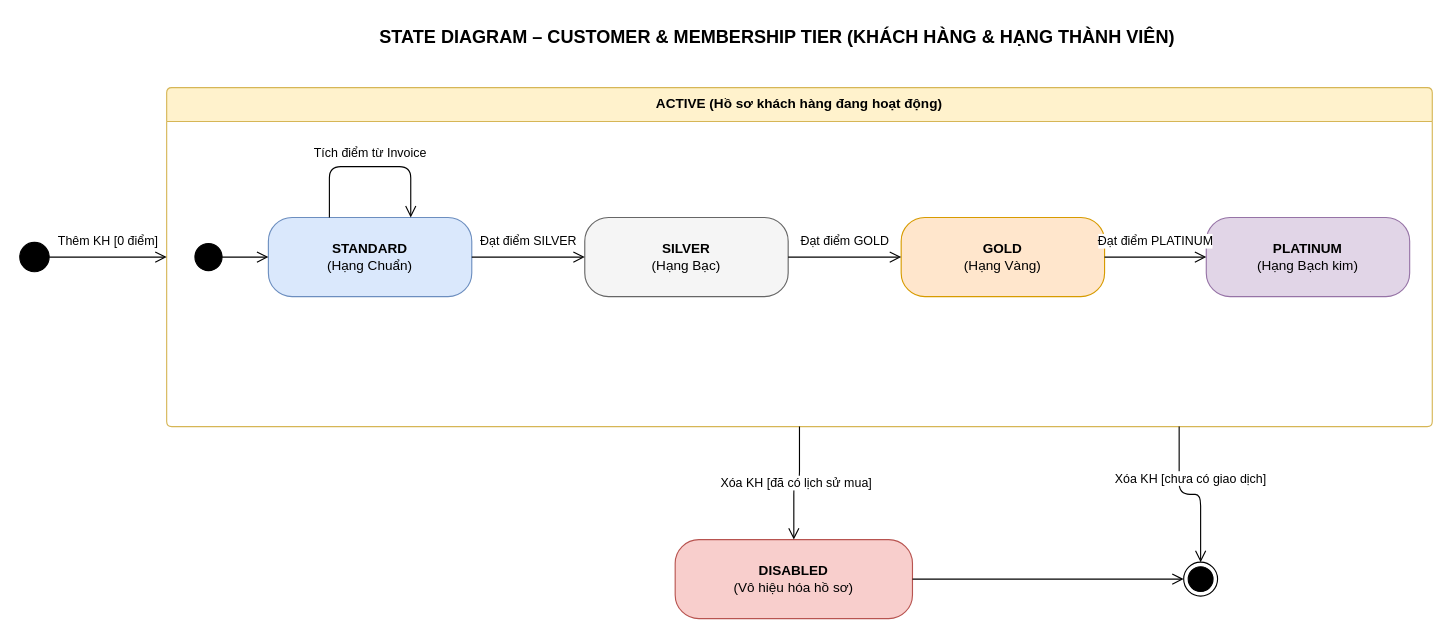
Above: docs/diagrams/State diagram/state-customer.drawio in chihai9-dev/quan-ly-nha-sach-ooad (draw.io), before the change. Source tidied: cells renumbered, new cells numbered last; positions are measured from the earlier drawing's top-left corner, leaving out a move shared by most shapes. Both pictures are drawn from the tidied source at 113%, with x=0, y=0 at pixel (19, 19).
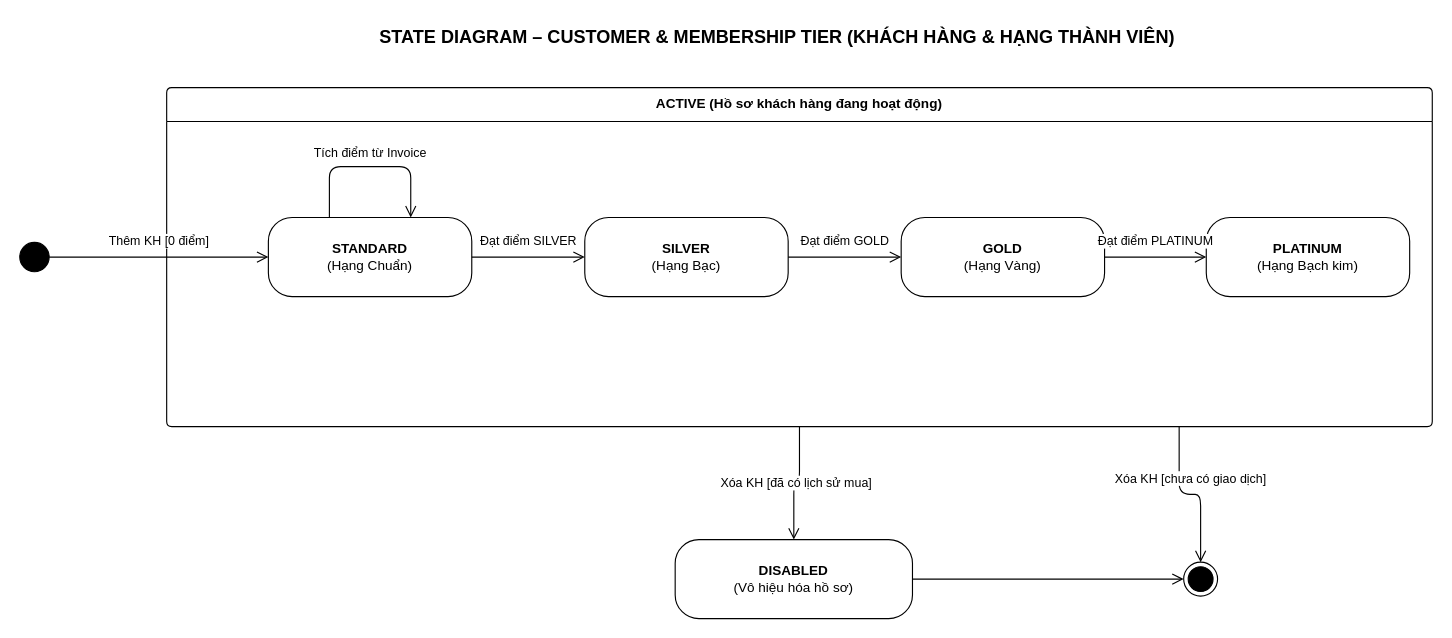
The same diagram, later.

The change refers to these unchanged cells:
```xml
<mxCell id="3" style="ellipse;html=1;fillColor=#000000;strokeColor=#000000;" parent="1" vertex="1">
  <mxGeometry y="197" width="26" height="26" as="geometry" />
</mxCell>
```

Change to the diagram source:
```diff
@@
-    <mxCell id="4" value="ACTIVE (Hồ sơ khách hàng đang hoạt động)" style="swimlane;rounded=1;whiteSpace=wrap;html=1;startSize=30;arcSize=5;fillColor=#fff2cc;strokeColor=#d6b656;fontStyle=1;" parent="1" vertex="1">
+    <mxCell id="4" value="ACTIVE (Hồ sơ khách hàng đang hoạt động)" style="swimlane;rounded=1;whiteSpace=wrap;html=1;startSize=30;arcSize=5;fillColor=#ffffff;strokeColor=#000000;fontStyle=1;" parent="1" vertex="1">
       <mxGeometry x="130" y="60" width="1120" height="300" as="geometry" />
     </mxCell>
-    <mxCell id="5" style="ellipse;html=1;fillColor=#000000;strokeColor=#000000;" parent="4" vertex="1">
-      <mxGeometry x="25" y="138" width="24" height="24" as="geometry" />
-    </mxCell>
-    <mxCell id="6" value="&lt;b&gt;STANDARD&lt;/b&gt;&lt;br&gt;(Hạng Chuẩn)" style="rounded=1;whiteSpace=wrap;html=1;arcSize=30;fillColor=#dae8fc;strokeColor=#6c8ebf;" parent="4" vertex="1">
+    <mxCell id="6" value="&lt;b&gt;STANDARD&lt;/b&gt;&lt;br&gt;(Hạng Chuẩn)" style="rounded=1;whiteSpace=wrap;html=1;arcSize=30;fillColor=#ffffff;strokeColor=#000000;" parent="4" vertex="1">
       <mxGeometry x="90" y="115" width="180" height="70" as="geometry" />
     </mxCell>
-    <mxCell id="7" value="&lt;b&gt;SILVER&lt;/b&gt;&lt;br&gt;(Hạng Bạc)" style="rounded=1;whiteSpace=wrap;html=1;arcSize=30;fillColor=#f5f5f5;strokeColor=#666666;" parent="4" vertex="1">
+    <mxCell id="7" value="&lt;b&gt;SILVER&lt;/b&gt;&lt;br&gt;(Hạng Bạc)" style="rounded=1;whiteSpace=wrap;html=1;arcSize=30;fillColor=#ffffff;strokeColor=#000000;" parent="4" vertex="1">
       <mxGeometry x="370" y="115" width="180" height="70" as="geometry" />
     </mxCell>
-    <mxCell id="8" value="&lt;b&gt;GOLD&lt;/b&gt;&lt;br&gt;(Hạng Vàng)" style="rounded=1;whiteSpace=wrap;html=1;arcSize=30;fillColor=#ffe6cc;strokeColor=#d79b00;" parent="4" vertex="1">
+    <mxCell id="8" value="&lt;b&gt;GOLD&lt;/b&gt;&lt;br&gt;(Hạng Vàng)" style="rounded=1;whiteSpace=wrap;html=1;arcSize=30;fillColor=#ffffff;strokeColor=#000000;" parent="4" vertex="1">
       <mxGeometry x="650" y="115" width="180" height="70" as="geometry" />
     </mxCell>
-    <mxCell id="9" value="&lt;b&gt;PLATINUM&lt;/b&gt;&lt;br&gt;(Hạng Bạch kim)" style="rounded=1;whiteSpace=wrap;html=1;arcSize=30;fillColor=#e1d5e7;strokeColor=#9673a6;" parent="4" vertex="1">
+    <mxCell id="9" value="&lt;b&gt;PLATINUM&lt;/b&gt;&lt;br&gt;(Hạng Bạch kim)" style="rounded=1;whiteSpace=wrap;html=1;arcSize=30;fillColor=#ffffff;strokeColor=#000000;" parent="4" vertex="1">
       <mxGeometry x="920" y="115" width="180" height="70" as="geometry" />
     </mxCell>
-    <mxCell id="10" style="edgeStyle=orthogonalEdgeStyle;rounded=1;html=1;endArrow=open;endSize=8;" parent="4" edge="1" source="5" target="6">
-      <mxGeometry relative="1" as="geometry" />
-    </mxCell>
@@
-    <mxCell id="15" value="&lt;b&gt;DISABLED&lt;/b&gt;&lt;br&gt;(Vô hiệu hóa hồ sơ)" style="rounded=1;whiteSpace=wrap;html=1;arcSize=30;fillColor=#f8cecc;strokeColor=#b85450;" parent="1" vertex="1">
+    <mxCell id="15" value="&lt;b&gt;DISABLED&lt;/b&gt;&lt;br&gt;(Vô hiệu hóa hồ sơ)" style="rounded=1;whiteSpace=wrap;html=1;arcSize=30;fillColor=#ffffff;strokeColor=#000000;" parent="1" vertex="1">
       <mxGeometry x="580" y="460" width="210" height="70" as="geometry" />
     </mxCell>
@@
-    <mxCell id="17" value="Thêm KH [0 điểm]" style="edgeStyle=orthogonalEdgeStyle;rounded=1;html=1;endArrow=open;endSize=8;fontSize=11;labelBackgroundColor=#ffffff;" parent="1" edge="1" source="3" target="4">
+    <mxCell id="17" value="Thêm KH [0 điểm]" style="edgeStyle=orthogonalEdgeStyle;rounded=1;html=1;endArrow=open;endSize=8;fontSize=11;labelBackgroundColor=#ffffff;" parent="1" edge="1" source="3" target="6">
       <mxGeometry relative="1" as="geometry">
         <mxPoint y="-14" as="offset" />
       </mxGeometry>
     </mxCell>
```
